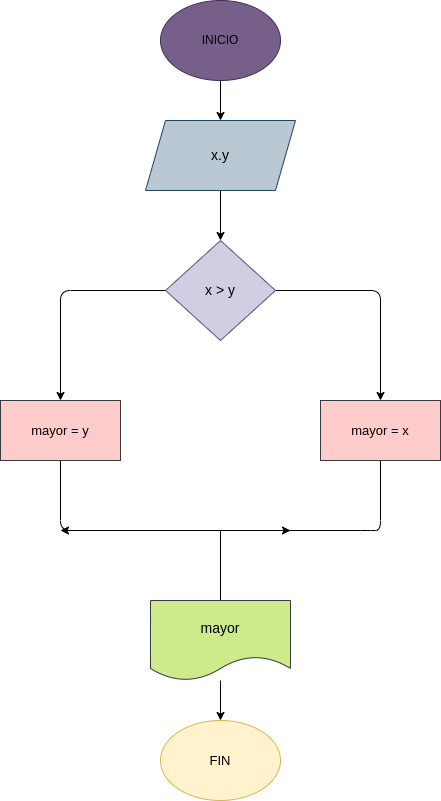
Earlier version of the draw.io export diagrama.png (lizethayalaa/mayor_2enteros). Source tidied: cells renumbered, new cells last; positions are measured from the earlier drawing's top-left corner, leaving out a move shared by most shapes.
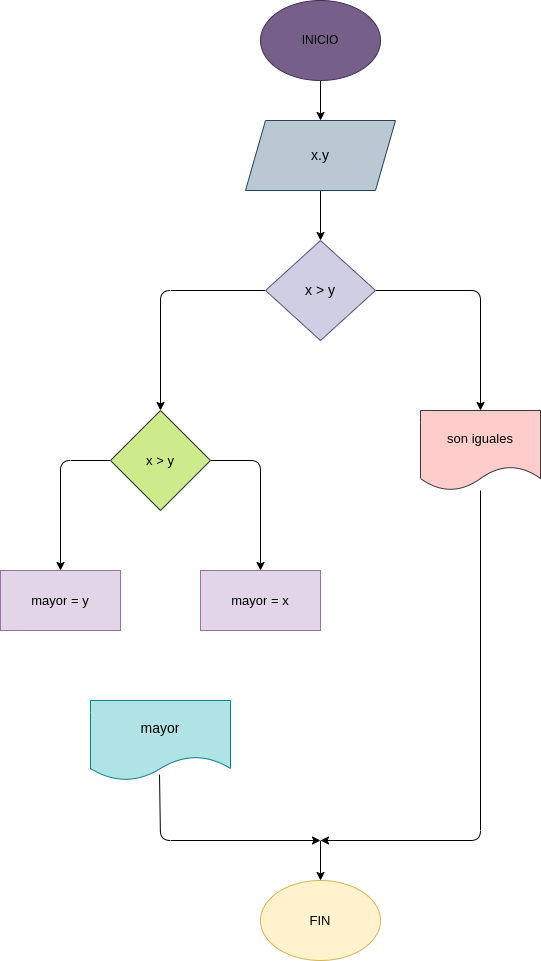
The same diagram one commit later.

Commit message:
Se modifico el diagrama de flujo

What changed in the source:
```diff
@@ -14,17 +14,15 @@
     <mxCell id="5" value="&lt;font style=&quot;font-size: 14px;&quot; color=&quot;#000000&quot;&gt;x.y&lt;/font&gt;" style="shape=parallelogram;perimeter=parallelogramPerimeter;whiteSpace=wrap;html=1;fixedSize=1;fillColor=#bac8d3;strokeColor=#23445d;" parent="1" vertex="1">
       <mxGeometry x="145" y="120" width="150" height="70" as="geometry" />
     </mxCell>
-    <mxCell id="6" style="edgeStyle=none;html=1;fontColor=#000000;" parent="1" edge="1" source="8">
+    <mxCell id="6" style="edgeStyle=none;html=1;fontColor=#000000;entryX=0.5;entryY=0;entryDx=0;entryDy=0;" parent="1" edge="1" source="8" target="20">
       <mxGeometry relative="1" as="geometry">
-        <mxPoint x="60" y="400" as="targetPoint" />
         <Array as="points">
           <mxPoint x="60" y="290" />
         </Array>
       </mxGeometry>
     </mxCell>
-    <mxCell id="7" style="edgeStyle=none;html=1;fontColor=#000000;exitX=1;exitY=0.5;exitDx=0;exitDy=0;" parent="1" edge="1" source="8">
+    <mxCell id="7" style="edgeStyle=none;html=1;fontColor=#000000;exitX=1;exitY=0.5;exitDx=0;exitDy=0;entryX=0.5;entryY=0;entryDx=0;entryDy=0;entryPerimeter=0;" parent="1" edge="1" source="8" target="22">
       <mxGeometry relative="1" as="geometry">
-        <mxPoint x="380" y="400" as="targetPoint" />
         <Array as="points">
           <mxPoint x="380" y="290" />
         </Array>
@@ -33,43 +31,58 @@
     <mxCell id="8" value="&lt;font style=&quot;font-size: 14px;&quot; color=&quot;#000000&quot;&gt;x &amp;gt; y&lt;/font&gt;" style="rhombus;whiteSpace=wrap;html=1;fillColor=#d0cee2;strokeColor=#56517e;" parent="1" vertex="1">
       <mxGeometry x="165" y="240" width="110" height="100" as="geometry" />
     </mxCell>
-    <mxCell id="9" style="edgeStyle=none;html=1;fontColor=#000000;" parent="1" edge="1" source="10">
-      <mxGeometry relative="1" as="geometry">
-        <mxPoint x="290" y="530" as="targetPoint" />
-        <Array as="points">
-          <mxPoint x="60" y="530" />
-        </Array>
-      </mxGeometry>
-    </mxCell>
-    <mxCell id="10" value="&lt;font style=&quot;font-size: 13px;&quot; color=&quot;#000000&quot;&gt;mayor = y&lt;/font&gt;" style="rounded=0;whiteSpace=wrap;html=1;fillColor=#ffcccc;strokeColor=#36393d;" parent="1" vertex="1">
-      <mxGeometry y="400" width="120" height="60" as="geometry" />
-    </mxCell>
-    <mxCell id="11" style="edgeStyle=none;html=1;fontColor=#000000;" parent="1" edge="1" source="12">
-      <mxGeometry relative="1" as="geometry">
-        <mxPoint x="60" y="530" as="targetPoint" />
-        <Array as="points">
-          <mxPoint x="380" y="530" />
-          <mxPoint x="370" y="530" />
-          <mxPoint x="230" y="530" />
-        </Array>
-      </mxGeometry>
-    </mxCell>
-    <mxCell id="12" value="&lt;font style=&quot;font-size: 13px;&quot; color=&quot;#000000&quot;&gt;mayor = x&lt;/font&gt;" style="rounded=0;whiteSpace=wrap;html=1;fillColor=#ffcccc;strokeColor=#36393d;" parent="1" vertex="1">
-      <mxGeometry x="320" y="400" width="120" height="60" as="geometry" />
-    </mxCell>
-    <mxCell id="13" style="endArrow=none;html=1;fontColor=#000000;" parent="1" edge="1" target="15">
-      <mxGeometry relative="1" as="geometry">
-        <mxPoint x="220" y="530" as="sourcePoint" />
-      </mxGeometry>
-    </mxCell>
-    <mxCell id="14" style="edgeStyle=none;html=1;fontSize=14;fontColor=#000000;" parent="1" edge="1" source="15" target="16">
-      <mxGeometry relative="1" as="geometry" />
+    <mxCell id="14" style="edgeStyle=none;html=1;fontSize=14;fontColor=#000000;exitX=0.493;exitY=0.925;exitDx=0;exitDy=0;exitPerimeter=0;" parent="1" edge="1" source="15">
+      <mxGeometry relative="1" as="geometry">
+        <mxPoint x="220" y="840" as="targetPoint" />
+        <Array as="points">
+          <mxPoint x="60" y="840" />
+        </Array>
+      </mxGeometry>
     </mxCell>
-    <mxCell id="15" value="&lt;font style=&quot;font-size: 14px;&quot; color=&quot;#000000&quot;&gt;mayor&lt;/font&gt;" style="shape=document;whiteSpace=wrap;html=1;boundedLbl=1;fillColor=#cdeb8b;strokeColor=#36393d;" parent="1" vertex="1">
-      <mxGeometry x="150" y="600" width="140" height="80" as="geometry" />
+    <mxCell id="15" value="&lt;font style=&quot;font-size: 14px;&quot; color=&quot;#000000&quot;&gt;mayor&lt;/font&gt;" style="shape=document;whiteSpace=wrap;html=1;boundedLbl=1;fillColor=#b0e3e6;strokeColor=#0e8088;" parent="1" vertex="1">
+      <mxGeometry x="-10" y="700" width="140" height="80" as="geometry" />
     </mxCell>
+    <mxCell id="17" style="edgeStyle=none;html=1;fontSize=13;fontColor=#000000;entryX=0.5;entryY=0;entryDx=0;entryDy=0;" parent="1" edge="1" target="16">
+      <mxGeometry relative="1" as="geometry">
+        <mxPoint x="220" y="840" as="sourcePoint" />
+      </mxGeometry>
+    </mxCell>
     <mxCell id="16" value="&lt;font style=&quot;font-size: 13px;&quot; color=&quot;#000000&quot;&gt;FIN&lt;/font&gt;" style="ellipse;whiteSpace=wrap;html=1;fillColor=#fff2cc;strokeColor=#d6b656;" parent="1" vertex="1">
-      <mxGeometry x="160" y="720" width="120" height="80" as="geometry" />
+      <mxGeometry x="160" y="880" width="120" height="80" as="geometry" />
     </mxCell>
+    <mxCell id="18" style="edgeStyle=none;html=1;fontSize=13;fontColor=#000000;entryX=0.5;entryY=0;entryDx=0;entryDy=0;" parent="1" edge="1" source="20" target="10">
+      <mxGeometry relative="1" as="geometry">
+        <Array as="points">
+          <mxPoint x="-40" y="460" />
+        </Array>
+      </mxGeometry>
+    </mxCell>
+    <mxCell id="19" style="edgeStyle=none;html=1;fontSize=13;fontColor=#000000;entryX=0.5;entryY=0;entryDx=0;entryDy=0;entryPerimeter=0;" parent="1" edge="1" source="20" target="12">
+      <mxGeometry relative="1" as="geometry">
+        <Array as="points">
+          <mxPoint x="160" y="460" />
+        </Array>
+      </mxGeometry>
+    </mxCell>
+    <mxCell id="20" value="&lt;font style=&quot;font-size: 13px;&quot; color=&quot;#000000&quot;&gt;x &amp;gt; y&lt;/font&gt;" style="rhombus;whiteSpace=wrap;html=1;fillColor=#cdeb8b;strokeColor=#36393d;" parent="1" vertex="1">
+      <mxGeometry x="10" y="410" width="100" height="100" as="geometry" />
+    </mxCell>
+    <mxCell id="21" style="edgeStyle=none;html=1;fontSize=13;fontColor=#000000;" parent="1" edge="1" source="22">
+      <mxGeometry relative="1" as="geometry">
+        <mxPoint x="220" y="840" as="targetPoint" />
+        <Array as="points">
+          <mxPoint x="380" y="840" />
+        </Array>
+      </mxGeometry>
+    </mxCell>
+    <mxCell id="22" value="&lt;font color=&quot;#000000&quot;&gt;son iguales&lt;/font&gt;" style="shape=document;whiteSpace=wrap;html=1;boundedLbl=1;fontSize=13;fillColor=#ffcccc;strokeColor=#36393d;" parent="1" vertex="1">
+      <mxGeometry x="320" y="410" width="120" height="80" as="geometry" />
+    </mxCell>
+    <mxCell id="10" value="&lt;font color=&quot;#000000&quot;&gt;mayor = y&lt;/font&gt;" style="rounded=0;whiteSpace=wrap;html=1;fontSize=13;fillColor=#e1d5e7;strokeColor=#9673a6;" parent="1" vertex="1">
+      <mxGeometry x="-100" y="570" width="120" height="60" as="geometry" />
+    </mxCell>
+    <mxCell id="12" value="&lt;font color=&quot;#000000&quot;&gt;mayor = x&lt;/font&gt;" style="rounded=0;whiteSpace=wrap;html=1;fontSize=13;fillColor=#e1d5e7;strokeColor=#9673a6;" parent="1" vertex="1">
+      <mxGeometry x="100" y="570" width="120" height="60" as="geometry" />
+    </mxCell>
   </root>
 </mxGraphModel>
```
